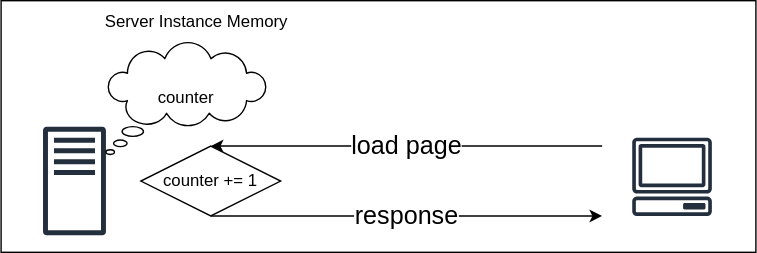
Above: media/02_ssr-counter-dataflow.drawio.svg in MicroWebStacks/svelte-examples (draw.io), before the change. Source tidied: cells renumbered, new cells last; positions are measured from the earlier drawing's top-left corner, leaving out a move shared by most shapes.
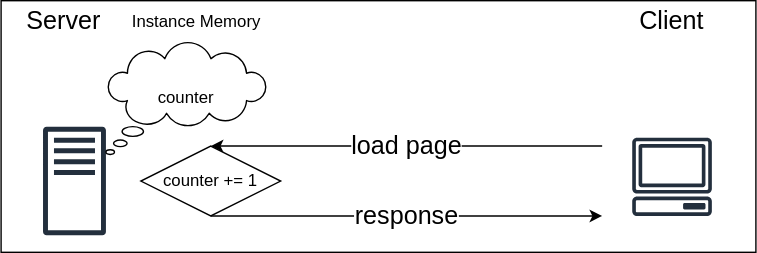
Above is the later version.

Change to the diagram source:
```diff
@@ -8,7 +8,7 @@
     <mxCell id="3" style="sketch=0;fontColor=#232F3E;gradientColor=none;fillColor=#232F3D;strokeColor=none;dashed=0;verticalLabelPosition=bottom;verticalAlign=top;align=center;html=1;fontSize=12;fontStyle=0;shape=mxgraph.aws4.traditional_server;" parent="1" vertex="1">
       <mxGeometry x="30" y="90" width="45" height="78" as="geometry" />
     </mxCell>
-    <mxCell id="4" value="Server Instance Memory" style="text;html=1;strokeColor=none;fillColor=none;align=center;verticalAlign=middle;whiteSpace=wrap;rounded=0;" parent="1" vertex="1">
+    <mxCell id="4" value="Instance Memory" style="text;html=1;strokeColor=none;fillColor=none;align=center;verticalAlign=middle;whiteSpace=wrap;rounded=0;" parent="1" vertex="1">
       <mxGeometry x="60" width="160" height="30" as="geometry" />
     </mxCell>
     <mxCell id="5" value="counter&lt;br&gt;&amp;nbsp;" style="whiteSpace=wrap;html=1;shape=mxgraph.basic.cloud_callout;verticalAlign=middle;" parent="1" vertex="1">
@@ -30,5 +30,11 @@
     <mxCell id="9" value="counter += 1" style="rhombus;whiteSpace=wrap;html=1;" parent="1" vertex="1">
       <mxGeometry x="100" y="104" width="100" height="50" as="geometry" />
     </mxCell>
+    <mxCell id="10" value="Server" style="text;html=1;strokeColor=none;fillColor=none;align=center;verticalAlign=middle;whiteSpace=wrap;rounded=0;fontSize=18;" parent="1" vertex="1">
+      <mxGeometry width="90" height="30" as="geometry" />
+    </mxCell>
+    <mxCell id="11" value="Client" style="text;html=1;strokeColor=none;fillColor=none;align=center;verticalAlign=middle;whiteSpace=wrap;rounded=0;fontSize=18;" parent="1" vertex="1">
+      <mxGeometry x="435" width="90" height="30" as="geometry" />
+    </mxCell>
   </root>
 </mxGraphModel>
```
